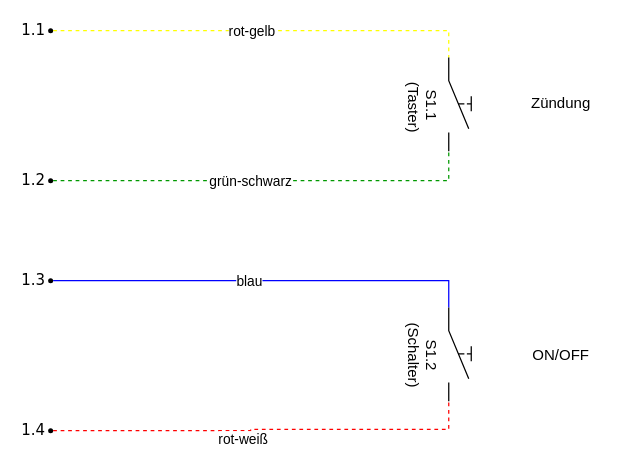
Earlier version of the draw.io diagram page "switches-right" (3 of 7) of document/figures_source/hcis/Schaltpläne_Motorrad.drawio (kronbergerindustries/HTBLuVA_Diplomarbeit). Source tidied: cells renumbered, new cells numbered last; positions are measured from the earlier drawing's top-left corner, leaving out a move shared by most shapes. Both pictures are drawn from the tidied source at 125%, with x=0, y=0 at pixel (48, 28).
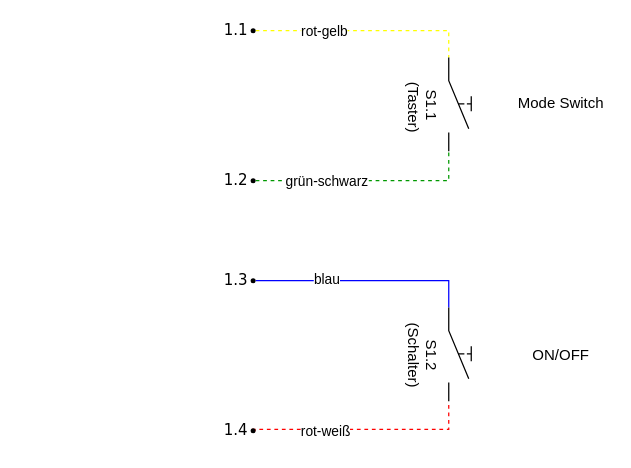
The same diagram, later.

Unchanged cells that the change refers to:
```xml
<mxCell id="9" style="edgeStyle=orthogonalEdgeStyle;rounded=0;jettySize=auto;html=1;exitX=1;exitY=0.5;exitDx=0;exitDy=0;entryX=0;entryY=1;entryDx=0;entryDy=0;entryPerimeter=0;endArrow=none;endFill=0;strokeColor=#0000FF;" parent="1" edge="1" source="11" target="16">
  <mxGeometry relative="1" as="geometry">
    <Array as="points">
      <mxPoint x="321" y="202" />
    </Array>
  </mxGeometry>
</mxCell>
<mxCell id="12" style="edgeStyle=orthogonalEdgeStyle;rounded=0;jettySize=auto;html=1;exitX=1;exitY=0.5;exitDx=0;exitDy=0;entryX=1;entryY=1;entryDx=0;entryDy=0;entryPerimeter=0;endArrow=none;endFill=0;strokeColor=#FF0000;dashed=1;" parent="1" edge="1" source="14" target="16">
  <mxGeometry relative="1" as="geometry">
    <Array as="points">
      <mxPoint x="162" y="322" />
      <mxPoint x="321" y="321" />
    </Array>
  </mxGeometry>
</mxCell>
<mxCell id="15" value="S1.1&lt;br&gt;&amp;nbsp;(Taster)" style="verticalLabelPosition=bottom;shadow=0;dashed=0;align=center;html=1;verticalAlign=top;shape=mxgraph.electrical.electro-mechanical.manual_switch;rotation=90;" parent="1" vertex="1">
  <mxGeometry x="292" y="52" width="75" height="18" as="geometry" />
</mxCell>
```

What changed in the source:
```diff
@@
     <mxCell id="5" value="1.1" style="ellipse;whiteSpace=wrap;html=1;rounded=1;shadow=0;comic=0;labelBackgroundColor=none;strokeColor=none;strokeWidth=2;fillColor=#000000;fontFamily=Verdana;fontSize=12;align=right;labelPosition=left;verticalLabelPosition=middle;verticalAlign=middle;" parent="1" vertex="1">
-      <mxGeometry width="4" height="4" as="geometry" />
+      <mxGeometry x="162" width="4" height="4" as="geometry" />
     </mxCell>
-    <mxCell id="6" style="edgeStyle=orthogonalEdgeStyle;rounded=0;jettySize=auto;html=1;entryX=1;entryY=1;entryDx=0;entryDy=0;entryPerimeter=0;endArrow=none;endFill=0;exitX=1;exitY=0.5;exitDx=0;exitDy=0;strokeColor=#009900;dashed=1;" parent="1" edge="1" source="8" target="15">
+    <mxCell id="6" style="edgeStyle=orthogonalEdgeStyle;rounded=0;jettySize=auto;html=1;entryX=1;entryY=1;entryDx=0;entryDy=0;entryPerimeter=0;endArrow=none;endFill=0;strokeColor=#009900;dashed=1;exitX=1;exitY=0.5;exitDx=0;exitDy=0;" parent="1" edge="1" source="8" target="15">
       <mxGeometry relative="1" as="geometry">
         <Array as="points">
-          <mxPoint x="4" y="122" />
           <mxPoint x="321" y="122" />
         </Array>
       </mxGeometry>
     </mxCell>
     <mxCell id="7" value="grün-schwarz" style="edgeLabel;html=1;align=center;verticalAlign=middle;" parent="6" vertex="1">
       <mxGeometry x="-0.01" y="-1" relative="1" as="geometry">
-        <mxPoint x="-10.1" y="-1" as="offset" />
+        <mxPoint x="-31.6" y="-1" as="offset" />
       </mxGeometry>
     </mxCell>
     <mxCell id="8" value="1.2" style="ellipse;whiteSpace=wrap;html=1;rounded=1;shadow=0;comic=0;labelBackgroundColor=none;strokeColor=none;strokeWidth=2;fillColor=#000000;fontFamily=Verdana;fontSize=12;align=right;labelPosition=left;verticalLabelPosition=middle;verticalAlign=middle;" parent="1" vertex="1">
-      <mxGeometry y="120" width="4" height="4" as="geometry" />
+      <mxGeometry x="162" y="120" width="4" height="4" as="geometry" />
     </mxCell>
@@
     <mxCell id="10" value="blau" style="edgeLabel;html=1;align=center;verticalAlign=middle;" parent="9" vertex="1">
       <mxGeometry x="-0.24" y="-1" relative="1" as="geometry">
-        <mxPoint x="28.9" y="-1" as="offset" />
+        <mxPoint x="-10.9" y="-3" as="offset" />
       </mxGeometry>
     </mxCell>
     <mxCell id="11" value="1.3" style="ellipse;whiteSpace=wrap;html=1;rounded=1;shadow=0;comic=0;labelBackgroundColor=none;strokeColor=none;strokeWidth=2;fillColor=#000000;fontFamily=Verdana;fontSize=12;align=right;labelPosition=left;verticalLabelPosition=middle;verticalAlign=middle;" parent="1" vertex="1">
-      <mxGeometry y="200" width="4" height="4" as="geometry" />
+      <mxGeometry x="162" y="200" width="4" height="4" as="geometry" />
     </mxCell>
@@
     <mxCell id="13" value="rot-weiß" style="edgeLabel;html=1;align=center;verticalAlign=middle;" parent="12" vertex="1">
       <mxGeometry x="-0.07" y="6" relative="1" as="geometry">
-        <mxPoint x="-0.1" y="6" as="offset" />
+        <mxPoint x="-21.9" y="7" as="offset" />
       </mxGeometry>
     </mxCell>
     <mxCell id="14" value="1.4" style="ellipse;whiteSpace=wrap;html=1;rounded=1;shadow=0;comic=0;labelBackgroundColor=none;strokeColor=none;strokeWidth=2;fillColor=#000000;fontFamily=Verdana;fontSize=12;align=right;labelPosition=left;verticalLabelPosition=middle;verticalAlign=middle;" parent="1" vertex="1">
-      <mxGeometry y="320" width="4" height="4" as="geometry" />
+      <mxGeometry x="162" y="320" width="4" height="4" as="geometry" />
     </mxCell>
@@
-    <mxCell id="17" value="Zündung" style="text;html=1;align=center;verticalAlign=middle;" parent="1" vertex="1">
-      <mxGeometry x="380" y="50" width="60" height="20" as="geometry" />
+    <mxCell id="17" value="Mode Switch" style="text;html=1;align=center;verticalAlign=middle;" parent="1" vertex="1">
+      <mxGeometry x="370" y="50" width="80" height="20" as="geometry" />
     </mxCell>
```
